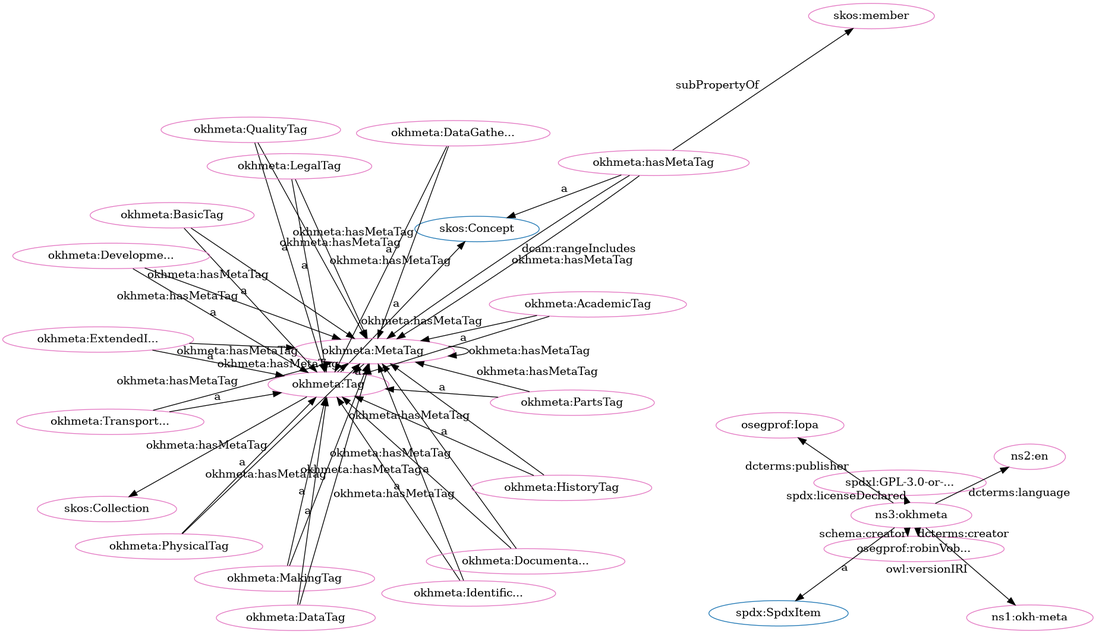
The Graphviz diagram src/spec/fdp_okh-meta-clean.png in iop-alliance/OpenKnowHow, before a commit. Its source is kept beside it as src/spec/fdp_okh-meta-clean.dot.
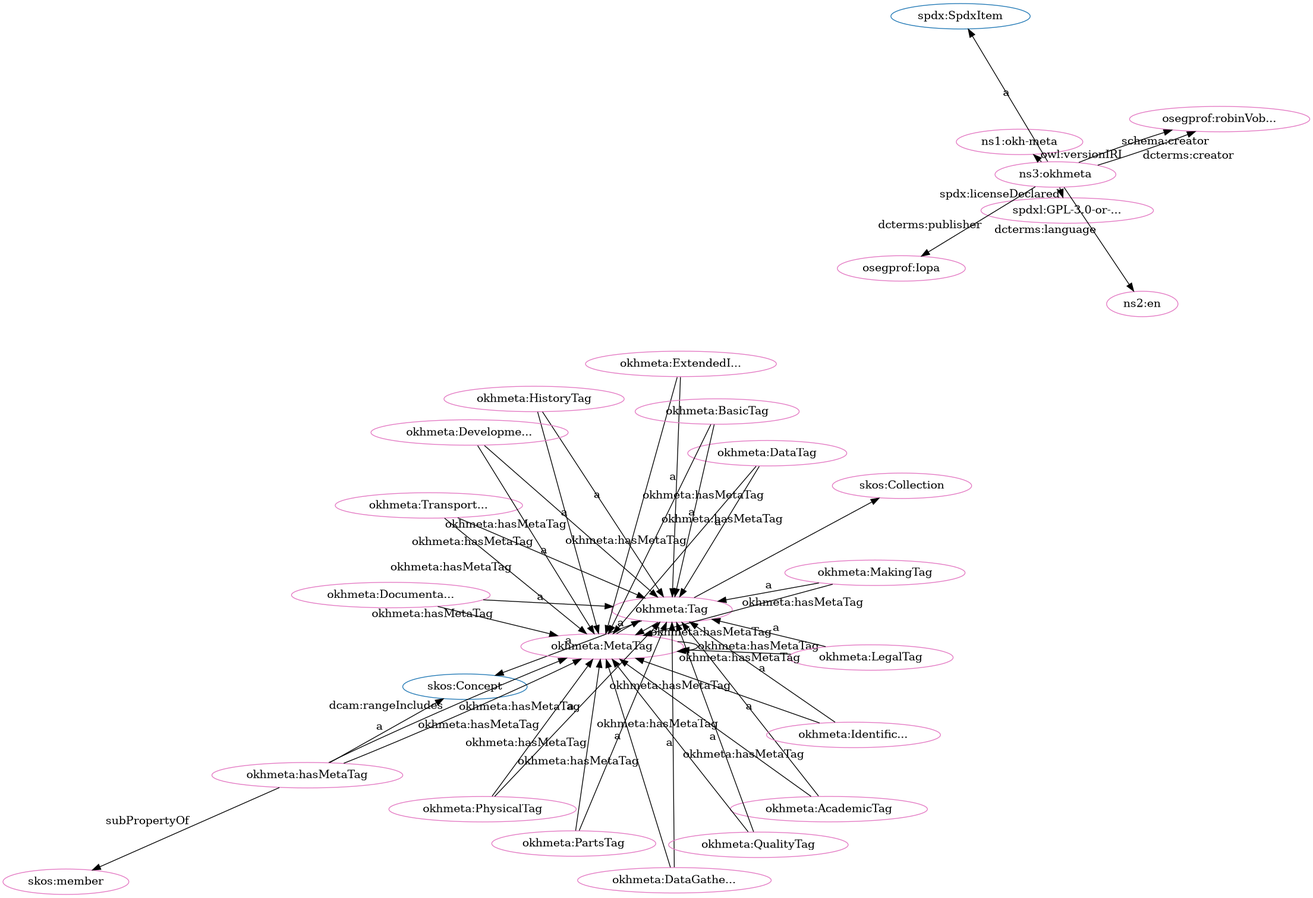
Above is the later version.

Change to the diagram source:
```diff
@@ -1,80 +1,80 @@
 digraph G {
   rankdir=BT
   node[height=.3]
-"http://w3id.org/oseg/ont/okhmeta#Tag" [fillcolor="#1f77b4" color="#1f77b4" label="okhmeta:Tag"]
 "http://spdx.org/rdf/terms#SpdxItem" [fillcolor="#1f77b4" color="#1f77b4" label="spdx:SpdxItem"]
 "http://www.w3.org/2004/02/skos/core#Concept" [fillcolor="#1f77b4" color="#1f77b4" label="skos:Concept"]
 "http://www.w3.org/2004/02/skos/core#Collection" [fillcolor="#1f77b4" color="#1f77b4" label="skos:Collection"]
+"http://w3id.org/oseg/ont/okhmeta#Tag" [fillcolor="#1f77b4" color="#1f77b4" label="okhmeta:Tag"]
+"http://w3id.org/oseg/ont/okhmeta#MakingTag" [fillcolor="#e377c2" color="#e377c2" label="okhmeta:MakingTag"]
+"http://w3id.org/oseg/ont/okhmeta#MetaTag" [fillcolor="#e377c2" color="#e377c2" label="okhmeta:MetaTag"]
+"http://w3id.org/oseg/ont/oseg-profiles#robinVobruba" [fillcolor="#e377c2" color="#e377c2" label="osegprof:robinVob..."]
+"http://spdx.org/licenses/GPL-3.0-or-later" [fillcolor="#e377c2" color="#e377c2" label="spdxl:GPL-3.0-or-..."]
+"http://w3id.org/oseg/ont/1.1.0/okh-meta" [fillcolor="#e377c2" color="#e377c2" label="ns1:okh-meta"]
+"http://www.w3.org/2004/02/skos/core#member" [fillcolor="#e377c2" color="#e377c2" label="skos:member"]
+"http://id.loc.gov/vocabulary/iso639-1/en" [fillcolor="#e377c2" color="#e377c2" label="ns2:en"]
+"http://w3id.org/oseg/ont/okhmeta#PhysicalTag" [fillcolor="#e377c2" color="#e377c2" label="okhmeta:PhysicalTag"]
+"http://w3id.org/oseg/ont/okhmeta" [fillcolor="#e377c2" color="#e377c2" label="ns3:okhmeta"]
+"http://w3id.org/oseg/ont/okhmeta#DataGatheringTag" [fillcolor="#e377c2" color="#e377c2" label="okhmeta:DataGathe..."]
+"http://w3id.org/oseg/ont/okhmeta#AcademicTag" [fillcolor="#e377c2" color="#e377c2" label="okhmeta:AcademicTag"]
+"http://w3id.org/oseg/ont/okhmeta#IdentificationTag" [fillcolor="#e377c2" color="#e377c2" label="okhmeta:Identific..."]
+"http://w3id.org/oseg/ont/okhmeta#TransportationTag" [fillcolor="#e377c2" color="#e377c2" label="okhmeta:Transport..."]
+"http://w3id.org/oseg/ont/okhmeta#Tag" [fillcolor="#e377c2" color="#e377c2" label="okhmeta:Tag"]
+"http://w3id.org/oseg/ont/okhmeta#HistoryTag" [fillcolor="#e377c2" color="#e377c2" label="okhmeta:HistoryTag"]
+"http://w3id.org/oseg/ont/okhmeta#hasMetaTag" [fillcolor="#e377c2" color="#e377c2" label="okhmeta:hasMetaTag"]
+"http://www.w3.org/2004/02/skos/core#Collection" [fillcolor="#e377c2" color="#e377c2" label="skos:Collection"]
+"http://w3id.org/oseg/ont/okhmeta#ExtendedInfoTag" [fillcolor="#e377c2" color="#e377c2" label="okhmeta:ExtendedI..."]
+"http://w3id.org/oseg/ont/okhmeta#DataTag" [fillcolor="#e377c2" color="#e377c2" label="okhmeta:DataTag"]
+"http://w3id.org/oseg/ont/oseg-profiles#Iopa" [fillcolor="#e377c2" color="#e377c2" label="osegprof:Iopa"]
+"http://w3id.org/oseg/ont/okhmeta#BasicTag" [fillcolor="#e377c2" color="#e377c2" label="okhmeta:BasicTag"]
+"http://w3id.org/oseg/ont/okhmeta#PartsTag" [fillcolor="#e377c2" color="#e377c2" label="okhmeta:PartsTag"]
+"http://w3id.org/oseg/ont/okhmeta#DevelopmentTag" [fillcolor="#e377c2" color="#e377c2" label="okhmeta:Developme..."]
+"http://w3id.org/oseg/ont/okhmeta#DocumentationTag" [fillcolor="#e377c2" color="#e377c2" label="okhmeta:Documenta..."]
+"http://w3id.org/oseg/ont/okhmeta#LegalTag" [fillcolor="#e377c2" color="#e377c2" label="okhmeta:LegalTag"]
 "http://w3id.org/oseg/ont/okhmeta#QualityTag" [fillcolor="#e377c2" color="#e377c2" label="okhmeta:QualityTag"]
-"http://w3id.org/oseg/ont/1.1.0/okh-meta" [fillcolor="#e377c2" color="#e377c2" label="ns1:okh-meta"]
-"http://w3id.org/oseg/ont/okhmeta#MetaTag" [fillcolor="#e377c2" color="#e377c2" label="okhmeta:MetaTag"]
-"http://w3id.org/oseg/ont/okhmeta#LegalTag" [fillcolor="#e377c2" color="#e377c2" label="okhmeta:LegalTag"]
-"http://w3id.org/oseg/ont/oseg-profiles#robinVobruba" [fillcolor="#e377c2" color="#e377c2" label="osegprof:robinVob..."]
-"http://w3id.org/oseg/ont/okhmeta#PhysicalTag" [fillcolor="#e377c2" color="#e377c2" label="okhmeta:PhysicalTag"]
-"http://w3id.org/oseg/ont/oseg-profiles#Iopa" [fillcolor="#e377c2" color="#e377c2" label="osegprof:Iopa"]
-"http://w3id.org/oseg/ont/okhmeta#hasMetaTag" [fillcolor="#e377c2" color="#e377c2" label="okhmeta:hasMetaTag"]
-"http://id.loc.gov/vocabulary/iso639-1/en" [fillcolor="#e377c2" color="#e377c2" label="ns2:en"]
-"http://w3id.org/oseg/ont/okhmeta#TransportationTag" [fillcolor="#e377c2" color="#e377c2" label="okhmeta:Transport..."]
-"http://w3id.org/oseg/ont/okhmeta#PartsTag" [fillcolor="#e377c2" color="#e377c2" label="okhmeta:PartsTag"]
-"http://w3id.org/oseg/ont/okhmeta#IdentificationTag" [fillcolor="#e377c2" color="#e377c2" label="okhmeta:Identific..."]
-"http://w3id.org/oseg/ont/okhmeta#MakingTag" [fillcolor="#e377c2" color="#e377c2" label="okhmeta:MakingTag"]
-"http://w3id.org/oseg/ont/okhmeta#AcademicTag" [fillcolor="#e377c2" color="#e377c2" label="okhmeta:AcademicTag"]
-"http://www.w3.org/2004/02/skos/core#Collection" [fillcolor="#e377c2" color="#e377c2" label="skos:Collection"]
-"http://www.w3.org/2004/02/skos/core#member" [fillcolor="#e377c2" color="#e377c2" label="skos:member"]
-"http://w3id.org/oseg/ont/okhmeta#ExtendedInfoTag" [fillcolor="#e377c2" color="#e377c2" label="okhmeta:ExtendedI..."]
-"http://w3id.org/oseg/ont/okhmeta#DocumentationTag" [fillcolor="#e377c2" color="#e377c2" label="okhmeta:Documenta..."]
-"http://w3id.org/oseg/ont/okhmeta#HistoryTag" [fillcolor="#e377c2" color="#e377c2" label="okhmeta:HistoryTag"]
-"http://w3id.org/oseg/ont/okhmeta#BasicTag" [fillcolor="#e377c2" color="#e377c2" label="okhmeta:BasicTag"]
-"http://w3id.org/oseg/ont/okhmeta#DataGatheringTag" [fillcolor="#e377c2" color="#e377c2" label="okhmeta:DataGathe..."]
-"http://w3id.org/oseg/ont/okhmeta#DevelopmentTag" [fillcolor="#e377c2" color="#e377c2" label="okhmeta:Developme..."]
-"http://w3id.org/oseg/ont/okhmeta#Tag" [fillcolor="#e377c2" color="#e377c2" label="okhmeta:Tag"]
-"http://spdx.org/licenses/GPL-3.0-or-later" [fillcolor="#e377c2" color="#e377c2" label="spdxl:GPL-3.0-or-..."]
-"http://w3id.org/oseg/ont/okhmeta" [fillcolor="#e377c2" color="#e377c2" label="ns3:okhmeta"]
-"http://w3id.org/oseg/ont/okhmeta#DataTag" [fillcolor="#e377c2" color="#e377c2" label="okhmeta:DataTag"]
+  "http://w3id.org/oseg/ont/okhmeta#PhysicalTag" -> "http://w3id.org/oseg/ont/okhmeta#MetaTag" [label="okhmeta:hasMetaTag"]
+  "http://w3id.org/oseg/ont/okhmeta" -> "http://w3id.org/oseg/ont/oseg-profiles#robinVobruba" [label="schema:creator"]
+  "http://w3id.org/oseg/ont/okhmeta" -> "http://id.loc.gov/vocabulary/iso639-1/en" [label="dcterms:language"]
+  "http://w3id.org/oseg/ont/okhmeta#PhysicalTag" -> "http://w3id.org/oseg/ont/okhmeta#Tag" [label="a"]
+  "http://w3id.org/oseg/ont/okhmeta#hasMetaTag" -> "http://w3id.org/oseg/ont/okhmeta#MetaTag" [label="dcam:rangeIncludes"]
+  "http://w3id.org/oseg/ont/okhmeta#hasMetaTag" -> "http://w3id.org/oseg/ont/okhmeta#MetaTag" [label="okhmeta:hasMetaTag"]
+  "http://w3id.org/oseg/ont/okhmeta#TransportationTag" -> "http://w3id.org/oseg/ont/okhmeta#MetaTag" [label="okhmeta:hasMetaTag"]
+  "http://w3id.org/oseg/ont/okhmeta#AcademicTag" -> "http://w3id.org/oseg/ont/okhmeta#Tag" [label="a"]
+  "http://w3id.org/oseg/ont/okhmeta#HistoryTag" -> "http://w3id.org/oseg/ont/okhmeta#MetaTag" [label="okhmeta:hasMetaTag"]
+  "http://w3id.org/oseg/ont/okhmeta#PartsTag" -> "http://w3id.org/oseg/ont/okhmeta#MetaTag" [label="okhmeta:hasMetaTag"]
+  "http://w3id.org/oseg/ont/okhmeta#TransportationTag" -> "http://w3id.org/oseg/ont/okhmeta#Tag" [label="a"]
+  "http://w3id.org/oseg/ont/okhmeta#Tag" -> "http://www.w3.org/2004/02/skos/core#Concept" [label="a"]
+  "http://w3id.org/oseg/ont/okhmeta#HistoryTag" -> "http://w3id.org/oseg/ont/okhmeta#Tag" [label="a"]
+  "http://w3id.org/oseg/ont/okhmeta" -> "http://w3id.org/oseg/ont/oseg-profiles#robinVobruba" [label="dcterms:creator"]
+  "http://w3id.org/oseg/ont/okhmeta#DataTag" -> "http://w3id.org/oseg/ont/okhmeta#Tag" [label="a"]
+  "http://w3id.org/oseg/ont/okhmeta#MakingTag" -> "http://w3id.org/oseg/ont/okhmeta#MetaTag" [label="okhmeta:hasMetaTag"]
+  "http://w3id.org/oseg/ont/okhmeta" -> "http://w3id.org/oseg/ont/oseg-profiles#Iopa" [label="dcterms:publisher"]
+  "http://w3id.org/oseg/ont/okhmeta#QualityTag" -> "http://w3id.org/oseg/ont/okhmeta#MetaTag" [label="okhmeta:hasMetaTag"]
+  "http://w3id.org/oseg/ont/okhmeta#PartsTag" -> "http://w3id.org/oseg/ont/okhmeta#Tag" [label="a"]
+  "http://w3id.org/oseg/ont/okhmeta#DevelopmentTag" -> "http://w3id.org/oseg/ont/okhmeta#Tag" [label="a"]
   "http://w3id.org/oseg/ont/okhmeta#QualityTag" -> "http://w3id.org/oseg/ont/okhmeta#Tag" [label="a"]
-  "http://w3id.org/oseg/ont/okhmeta" -> "http://w3id.org/oseg/ont/1.1.0/okh-meta" [label="owl:versionIRI"]
-  "http://w3id.org/oseg/ont/okhmeta#hasMetaTag" -> "http://w3id.org/oseg/ont/okhmeta#MetaTag" [label="dcam:rangeIncludes"]
-  "http://w3id.org/oseg/ont/okhmeta#AcademicTag" -> "http://w3id.org/oseg/ont/okhmeta#MetaTag" [label="okhmeta:hasMetaTag"]
-  "http://w3id.org/oseg/ont/okhmeta" -> "http://w3id.org/oseg/ont/oseg-profiles#Iopa" [label="dcterms:publisher"]
-  "http://w3id.org/oseg/ont/okhmeta#DataTag" -> "http://w3id.org/oseg/ont/okhmeta#MetaTag" [label="okhmeta:hasMetaTag"]
-  "http://w3id.org/oseg/ont/okhmeta#hasMetaTag" -> "http://www.w3.org/2004/02/skos/core#Concept" [label="a"]
-  "http://w3id.org/oseg/ont/okhmeta#PartsTag" -> "http://w3id.org/oseg/ont/okhmeta#MetaTag" [label="okhmeta:hasMetaTag"]
-  "http://w3id.org/oseg/ont/okhmeta#MakingTag" -> "http://w3id.org/oseg/ont/okhmeta#MetaTag" [label="okhmeta:hasMetaTag"]
-  "http://w3id.org/oseg/ont/okhmeta#LegalTag" -> "http://w3id.org/oseg/ont/okhmeta#MetaTag" [label="okhmeta:hasMetaTag"]
-  "http://w3id.org/oseg/ont/okhmeta#PartsTag" -> "http://w3id.org/oseg/ont/okhmeta#Tag" [label="a"]
-  "http://w3id.org/oseg/ont/okhmeta#IdentificationTag" -> "http://w3id.org/oseg/ont/okhmeta#Tag" [label="a"]
-  "http://w3id.org/oseg/ont/okhmeta#DocumentationTag" -> "http://w3id.org/oseg/ont/okhmeta#MetaTag" [label="okhmeta:hasMetaTag"]
-  "http://w3id.org/oseg/ont/okhmeta#HistoryTag" -> "http://w3id.org/oseg/ont/okhmeta#MetaTag" [label="okhmeta:hasMetaTag"]
   "http://w3id.org/oseg/ont/okhmeta#MakingTag" -> "http://w3id.org/oseg/ont/okhmeta#Tag" [label="a"]
   "http://w3id.org/oseg/ont/okhmeta#DevelopmentTag" -> "http://w3id.org/oseg/ont/okhmeta#MetaTag" [label="okhmeta:hasMetaTag"]
+  "http://w3id.org/oseg/ont/okhmeta" -> "http://spdx.org/licenses/GPL-3.0-or-later" [label="spdx:licenseDeclared"]
+  "http://w3id.org/oseg/ont/okhmeta#Tag" -> "http://w3id.org/oseg/ont/okhmeta#MetaTag" [label="okhmeta:hasMetaTag"]
+  "http://w3id.org/oseg/ont/okhmeta#IdentificationTag" -> "http://w3id.org/oseg/ont/okhmeta#MetaTag" [label="okhmeta:hasMetaTag"]
+  "http://w3id.org/oseg/ont/okhmeta" -> "http://w3id.org/oseg/ont/1.1.0/okh-meta" [label="owl:versionIRI"]
   "http://w3id.org/oseg/ont/okhmeta#hasMetaTag" -> "http://www.w3.org/2004/02/skos/core#member" [label="subPropertyOf"]
+  "http://w3id.org/oseg/ont/okhmeta" -> "http://spdx.org/rdf/terms#SpdxItem" [label="a"]
+  "http://w3id.org/oseg/ont/okhmeta#DataGatheringTag" -> "http://w3id.org/oseg/ont/okhmeta#Tag" [label="a"]
+  "http://w3id.org/oseg/ont/okhmeta#ExtendedInfoTag" -> "http://w3id.org/oseg/ont/okhmeta#MetaTag" [label="okhmeta:hasMetaTag"]
+  "http://w3id.org/oseg/ont/okhmeta#IdentificationTag" -> "http://w3id.org/oseg/ont/okhmeta#Tag" [label="a"]
+  "http://w3id.org/oseg/ont/okhmeta#BasicTag" -> "http://w3id.org/oseg/ont/okhmeta#MetaTag" [label="okhmeta:hasMetaTag"]
+  "http://w3id.org/oseg/ont/okhmeta#DataGatheringTag" -> "http://w3id.org/oseg/ont/okhmeta#MetaTag" [label="okhmeta:hasMetaTag"]
+  "http://w3id.org/oseg/ont/okhmeta#DocumentationTag" -> "http://w3id.org/oseg/ont/okhmeta#MetaTag" [label="okhmeta:hasMetaTag"]
+  "http://w3id.org/oseg/ont/okhmeta#Tag" -> "http://www.w3.org/2004/02/skos/core#Collection" [label=""]
+  "http://w3id.org/oseg/ont/okhmeta#ExtendedInfoTag" -> "http://w3id.org/oseg/ont/okhmeta#Tag" [label="a"]
+  "http://w3id.org/oseg/ont/okhmeta#AcademicTag" -> "http://w3id.org/oseg/ont/okhmeta#MetaTag" [label="okhmeta:hasMetaTag"]
+  "http://w3id.org/oseg/ont/okhmeta#LegalTag" -> "http://w3id.org/oseg/ont/okhmeta#MetaTag" [label="okhmeta:hasMetaTag"]
+  "http://w3id.org/oseg/ont/okhmeta#MetaTag" -> "http://w3id.org/oseg/ont/okhmeta#MetaTag" [label="okhmeta:hasMetaTag"]
+  "http://w3id.org/oseg/ont/okhmeta#BasicTag" -> "http://w3id.org/oseg/ont/okhmeta#Tag" [label="a"]
+  "http://w3id.org/oseg/ont/okhmeta#hasMetaTag" -> "http://www.w3.org/2004/02/skos/core#Concept" [label="a"]
   "http://w3id.org/oseg/ont/okhmeta#DocumentationTag" -> "http://w3id.org/oseg/ont/okhmeta#Tag" [label="a"]
-  "http://w3id.org/oseg/ont/okhmeta#HistoryTag" -> "http://w3id.org/oseg/ont/okhmeta#Tag" [label="a"]
-  "http://w3id.org/oseg/ont/okhmeta#DevelopmentTag" -> "http://w3id.org/oseg/ont/okhmeta#Tag" [label="a"]
-  "http://w3id.org/oseg/ont/okhmeta#DataTag" -> "http://w3id.org/oseg/ont/okhmeta#Tag" [label="a"]
-  "http://w3id.org/oseg/ont/okhmeta#hasMetaTag" -> "http://w3id.org/oseg/ont/okhmeta#MetaTag" [label="okhmeta:hasMetaTag"]
   "http://w3id.org/oseg/ont/okhmeta#LegalTag" -> "http://w3id.org/oseg/ont/okhmeta#Tag" [label="a"]
-  "http://w3id.org/oseg/ont/okhmeta#Tag" -> "http://w3id.org/oseg/ont/okhmeta#MetaTag" [label="okhmeta:hasMetaTag"]
-  "http://w3id.org/oseg/ont/okhmeta#PhysicalTag" -> "http://w3id.org/oseg/ont/okhmeta#MetaTag" [label="okhmeta:hasMetaTag"]
   "http://w3id.org/oseg/ont/okhmeta#MetaTag" -> "http://w3id.org/oseg/ont/okhmeta#Tag" [label="a"]
-  "http://w3id.org/oseg/ont/okhmeta" -> "http://spdx.org/rdf/terms#SpdxItem" [label="a"]
-  "http://w3id.org/oseg/ont/okhmeta#TransportationTag" -> "http://w3id.org/oseg/ont/okhmeta#MetaTag" [label="okhmeta:hasMetaTag"]
-  "http://w3id.org/oseg/ont/okhmeta" -> "http://w3id.org/oseg/ont/oseg-profiles#robinVobruba" [label="dcterms:creator"]
-  "http://w3id.org/oseg/ont/okhmeta#PhysicalTag" -> "http://w3id.org/oseg/ont/okhmeta#Tag" [label="a"]
-  "http://w3id.org/oseg/ont/okhmeta" -> "http://id.loc.gov/vocabulary/iso639-1/en" [label="dcterms:language"]
-  "http://w3id.org/oseg/ont/okhmeta#TransportationTag" -> "http://w3id.org/oseg/ont/okhmeta#Tag" [label="a"]
-  "http://w3id.org/oseg/ont/okhmeta#MetaTag" -> "http://w3id.org/oseg/ont/okhmeta#MetaTag" [label="okhmeta:hasMetaTag"]
-  "http://w3id.org/oseg/ont/okhmeta#ExtendedInfoTag" -> "http://w3id.org/oseg/ont/okhmeta#MetaTag" [label="okhmeta:hasMetaTag"]
-  "http://w3id.org/oseg/ont/okhmeta" -> "http://w3id.org/oseg/ont/oseg-profiles#robinVobruba" [label="schema:creator"]
-  "http://w3id.org/oseg/ont/okhmeta#Tag" -> "http://www.w3.org/2004/02/skos/core#Collection" [label=""]
-  "http://w3id.org/oseg/ont/okhmeta#DataGatheringTag" -> "http://w3id.org/oseg/ont/okhmeta#MetaTag" [label="okhmeta:hasMetaTag"]
-  "http://w3id.org/oseg/ont/okhmeta#ExtendedInfoTag" -> "http://w3id.org/oseg/ont/okhmeta#Tag" [label="a"]
-  "http://w3id.org/oseg/ont/okhmeta#BasicTag" -> "http://w3id.org/oseg/ont/okhmeta#Tag" [label="a"]
-  "http://w3id.org/oseg/ont/okhmeta#DataGatheringTag" -> "http://w3id.org/oseg/ont/okhmeta#Tag" [label="a"]
-  "http://w3id.org/oseg/ont/okhmeta#IdentificationTag" -> "http://w3id.org/oseg/ont/okhmeta#MetaTag" [label="okhmeta:hasMetaTag"]
-  "http://w3id.org/oseg/ont/okhmeta#QualityTag" -> "http://w3id.org/oseg/ont/okhmeta#MetaTag" [label="okhmeta:hasMetaTag"]
-  "http://w3id.org/oseg/ont/okhmeta#Tag" -> "http://www.w3.org/2004/02/skos/core#Concept" [label="a"]
-  "http://w3id.org/oseg/ont/okhmeta" -> "http://spdx.org/licenses/GPL-3.0-or-later" [label="spdx:licenseDeclared"]
-  "http://w3id.org/oseg/ont/okhmeta#BasicTag" -> "http://w3id.org/oseg/ont/okhmeta#MetaTag" [label="okhmeta:hasMetaTag"]
-  "http://w3id.org/oseg/ont/okhmeta#AcademicTag" -> "http://w3id.org/oseg/ont/okhmeta#Tag" [label="a"]
+  "http://w3id.org/oseg/ont/okhmeta#DataTag" -> "http://w3id.org/oseg/ont/okhmeta#MetaTag" [label="okhmeta:hasMetaTag"]
 }
```
